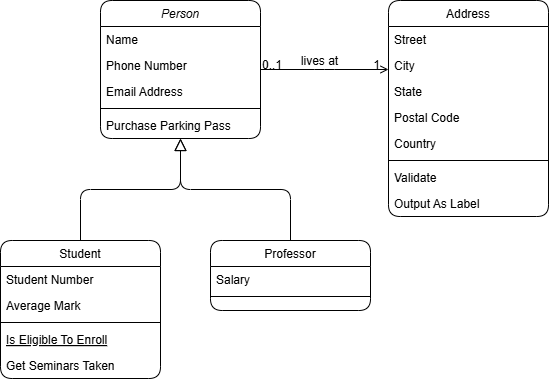
Earlier version of the draw.io export Trail.drawio.png (ravisankargv96/1.SpringWebApp). Source tidied: cells renumbered, new cells last; positions are measured from the earlier drawing's top-left corner, leaving out a move shared by most shapes.
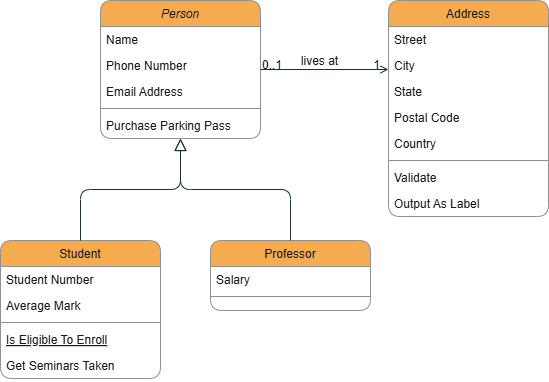
The same diagram one commit later.

Diff of the diagram source:
```diff
@@ -2,100 +2,100 @@
   <root>
     <mxCell id="0" />
     <mxCell id="1" parent="0" />
-    <mxCell id="2" value="Person" style="swimlane;fontStyle=2;align=center;verticalAlign=top;horizontal=1;startSize=26;rounded=1;shadow=0;strokeWidth=1;labelBackgroundColor=none;" parent="1" vertex="1">
+    <mxCell id="2" value="Person" style="swimlane;fontStyle=2;align=center;verticalAlign=top;horizontal=1;startSize=26;rounded=1;shadow=0;strokeWidth=1;labelBackgroundColor=none;fillColor=#F5AB50;strokeColor=#909090;fontColor=#1A1A1A;" parent="1" vertex="1">
       <mxGeometry x="100" width="160" height="138" as="geometry" />
     </mxCell>
-    <mxCell id="3" value="Name" style="text;align=left;verticalAlign=top;spacingLeft=4;spacingRight=4;overflow=hidden;labelBackgroundColor=none;rounded=1;" parent="2" vertex="1">
+    <mxCell id="3" value="Name" style="text;align=left;verticalAlign=top;spacingLeft=4;spacingRight=4;overflow=hidden;labelBackgroundColor=none;rounded=1;fontColor=#1A1A1A;" parent="2" vertex="1">
       <mxGeometry y="26" width="160" height="26" as="geometry" />
     </mxCell>
-    <mxCell id="4" value="Phone Number" style="text;align=left;verticalAlign=top;spacingLeft=4;spacingRight=4;overflow=hidden;rounded=1;shadow=0;html=0;labelBackgroundColor=none;" parent="2" vertex="1">
+    <mxCell id="4" value="Phone Number" style="text;align=left;verticalAlign=top;spacingLeft=4;spacingRight=4;overflow=hidden;rounded=1;shadow=0;html=0;labelBackgroundColor=none;fontColor=#1A1A1A;" parent="2" vertex="1">
       <mxGeometry y="52" width="160" height="26" as="geometry" />
     </mxCell>
-    <mxCell id="5" value="Email Address" style="text;align=left;verticalAlign=top;spacingLeft=4;spacingRight=4;overflow=hidden;rounded=1;shadow=0;html=0;labelBackgroundColor=none;" parent="2" vertex="1">
+    <mxCell id="5" value="Email Address" style="text;align=left;verticalAlign=top;spacingLeft=4;spacingRight=4;overflow=hidden;rounded=1;shadow=0;html=0;labelBackgroundColor=none;fontColor=#1A1A1A;" parent="2" vertex="1">
       <mxGeometry y="78" width="160" height="26" as="geometry" />
     </mxCell>
-    <mxCell id="6" style="line;html=1;strokeWidth=1;align=left;verticalAlign=middle;spacingTop=-1;spacingLeft=3;spacingRight=3;labelPosition=right;labelBackgroundColor=none;rounded=1;" parent="2" vertex="1">
+    <mxCell id="6" style="line;html=1;strokeWidth=1;align=left;verticalAlign=middle;spacingTop=-1;spacingLeft=3;spacingRight=3;labelPosition=right;labelBackgroundColor=none;rounded=1;fillColor=#F5AB50;strokeColor=#909090;fontColor=#1A1A1A;" parent="2" vertex="1">
       <mxGeometry y="104" width="160" height="8" as="geometry" />
     </mxCell>
-    <mxCell id="7" value="Purchase Parking Pass" style="text;align=left;verticalAlign=top;spacingLeft=4;spacingRight=4;overflow=hidden;labelBackgroundColor=none;rounded=1;" parent="2" vertex="1">
+    <mxCell id="7" value="Purchase Parking Pass" style="text;align=left;verticalAlign=top;spacingLeft=4;spacingRight=4;overflow=hidden;labelBackgroundColor=none;rounded=1;fontColor=#1A1A1A;" parent="2" vertex="1">
       <mxGeometry y="112" width="160" height="26" as="geometry" />
     </mxCell>
-    <mxCell id="8" value="Student" style="swimlane;fontStyle=0;align=center;verticalAlign=top;horizontal=1;startSize=26;rounded=1;shadow=0;strokeWidth=1;labelBackgroundColor=none;" parent="1" vertex="1">
+    <mxCell id="8" value="Student" style="swimlane;fontStyle=0;align=center;verticalAlign=top;horizontal=1;startSize=26;rounded=1;shadow=0;strokeWidth=1;labelBackgroundColor=none;fillColor=#F5AB50;strokeColor=#909090;fontColor=#1A1A1A;" parent="1" vertex="1">
       <mxGeometry y="240" width="160" height="138" as="geometry" />
     </mxCell>
-    <mxCell id="9" value="Student Number" style="text;align=left;verticalAlign=top;spacingLeft=4;spacingRight=4;overflow=hidden;labelBackgroundColor=none;rounded=1;" parent="8" vertex="1">
+    <mxCell id="9" value="Student Number" style="text;align=left;verticalAlign=top;spacingLeft=4;spacingRight=4;overflow=hidden;labelBackgroundColor=none;rounded=1;fontColor=#1A1A1A;" parent="8" vertex="1">
       <mxGeometry y="26" width="160" height="26" as="geometry" />
     </mxCell>
-    <mxCell id="10" value="Average Mark" style="text;align=left;verticalAlign=top;spacingLeft=4;spacingRight=4;overflow=hidden;rounded=1;shadow=0;html=0;labelBackgroundColor=none;" parent="8" vertex="1">
+    <mxCell id="10" value="Average Mark" style="text;align=left;verticalAlign=top;spacingLeft=4;spacingRight=4;overflow=hidden;rounded=1;shadow=0;html=0;labelBackgroundColor=none;fontColor=#1A1A1A;" parent="8" vertex="1">
       <mxGeometry y="52" width="160" height="26" as="geometry" />
     </mxCell>
-    <mxCell id="11" style="line;html=1;strokeWidth=1;align=left;verticalAlign=middle;spacingTop=-1;spacingLeft=3;spacingRight=3;labelPosition=right;labelBackgroundColor=none;rounded=1;" parent="8" vertex="1">
+    <mxCell id="11" style="line;html=1;strokeWidth=1;align=left;verticalAlign=middle;spacingTop=-1;spacingLeft=3;spacingRight=3;labelPosition=right;labelBackgroundColor=none;rounded=1;fillColor=#F5AB50;strokeColor=#909090;fontColor=#1A1A1A;" parent="8" vertex="1">
       <mxGeometry y="78" width="160" height="8" as="geometry" />
     </mxCell>
-    <mxCell id="12" value="Is Eligible To Enroll" style="text;align=left;verticalAlign=top;spacingLeft=4;spacingRight=4;overflow=hidden;fontStyle=4;labelBackgroundColor=none;rounded=1;" parent="8" vertex="1">
+    <mxCell id="12" value="Is Eligible To Enroll" style="text;align=left;verticalAlign=top;spacingLeft=4;spacingRight=4;overflow=hidden;fontStyle=4;labelBackgroundColor=none;rounded=1;fontColor=#1A1A1A;" parent="8" vertex="1">
       <mxGeometry y="86" width="160" height="26" as="geometry" />
     </mxCell>
-    <mxCell id="13" value="Get Seminars Taken" style="text;align=left;verticalAlign=top;spacingLeft=4;spacingRight=4;overflow=hidden;labelBackgroundColor=none;rounded=1;" parent="8" vertex="1">
+    <mxCell id="13" value="Get Seminars Taken" style="text;align=left;verticalAlign=top;spacingLeft=4;spacingRight=4;overflow=hidden;labelBackgroundColor=none;rounded=1;fontColor=#1A1A1A;" parent="8" vertex="1">
       <mxGeometry y="112" width="160" height="26" as="geometry" />
     </mxCell>
-    <mxCell id="14" style="endArrow=block;endSize=10;endFill=0;shadow=0;strokeWidth=1;rounded=1;curved=0;edgeStyle=elbowEdgeStyle;elbow=vertical;labelBackgroundColor=none;fontColor=default;" parent="1" edge="1" source="8" target="2">
+    <mxCell id="14" style="endArrow=block;endSize=10;endFill=0;shadow=0;strokeWidth=1;rounded=1;curved=0;edgeStyle=elbowEdgeStyle;elbow=vertical;labelBackgroundColor=none;fontColor=default;strokeColor=#182E3E;" parent="1" edge="1" source="8" target="2">
       <mxGeometry relative="1" as="geometry" />
     </mxCell>
-    <mxCell id="15" value="Professor" style="swimlane;fontStyle=0;align=center;verticalAlign=top;horizontal=1;startSize=26;rounded=1;shadow=0;strokeWidth=1;labelBackgroundColor=none;" parent="1" vertex="1">
+    <mxCell id="15" value="Professor" style="swimlane;fontStyle=0;align=center;verticalAlign=top;horizontal=1;startSize=26;rounded=1;shadow=0;strokeWidth=1;labelBackgroundColor=none;fillColor=#F5AB50;strokeColor=#909090;fontColor=#1A1A1A;" parent="1" vertex="1">
       <mxGeometry x="210" y="240" width="160" height="70" as="geometry" />
     </mxCell>
-    <mxCell id="16" value="Salary" style="text;align=left;verticalAlign=top;spacingLeft=4;spacingRight=4;overflow=hidden;labelBackgroundColor=none;rounded=1;" parent="15" vertex="1">
+    <mxCell id="16" value="Salary" style="text;align=left;verticalAlign=top;spacingLeft=4;spacingRight=4;overflow=hidden;labelBackgroundColor=none;rounded=1;fontColor=#1A1A1A;" parent="15" vertex="1">
       <mxGeometry y="26" width="160" height="26" as="geometry" />
     </mxCell>
-    <mxCell id="17" style="line;html=1;strokeWidth=1;align=left;verticalAlign=middle;spacingTop=-1;spacingLeft=3;spacingRight=3;labelPosition=right;labelBackgroundColor=none;rounded=1;" parent="15" vertex="1">
+    <mxCell id="17" style="line;html=1;strokeWidth=1;align=left;verticalAlign=middle;spacingTop=-1;spacingLeft=3;spacingRight=3;labelPosition=right;labelBackgroundColor=none;rounded=1;fillColor=#F5AB50;strokeColor=#909090;fontColor=#1A1A1A;" parent="15" vertex="1">
       <mxGeometry y="52" width="160" height="8" as="geometry" />
     </mxCell>
-    <mxCell id="18" style="endArrow=block;endSize=10;endFill=0;shadow=0;strokeWidth=1;rounded=1;curved=0;edgeStyle=elbowEdgeStyle;elbow=vertical;labelBackgroundColor=none;fontColor=default;" parent="1" edge="1" source="15" target="2">
+    <mxCell id="18" style="endArrow=block;endSize=10;endFill=0;shadow=0;strokeWidth=1;rounded=1;curved=0;edgeStyle=elbowEdgeStyle;elbow=vertical;labelBackgroundColor=none;fontColor=default;strokeColor=#182E3E;" parent="1" edge="1" source="15" target="2">
       <mxGeometry relative="1" as="geometry" />
     </mxCell>
-    <mxCell id="19" value="Address" style="swimlane;fontStyle=0;align=center;verticalAlign=top;horizontal=1;startSize=26;rounded=1;shadow=0;strokeWidth=1;labelBackgroundColor=none;" parent="1" vertex="1">
+    <mxCell id="19" value="Address" style="swimlane;fontStyle=0;align=center;verticalAlign=top;horizontal=1;startSize=26;rounded=1;shadow=0;strokeWidth=1;labelBackgroundColor=none;fillColor=#F5AB50;strokeColor=#909090;fontColor=#1A1A1A;" parent="1" vertex="1">
       <mxGeometry x="388" width="160" height="216" as="geometry" />
     </mxCell>
-    <mxCell id="20" value="Street" style="text;align=left;verticalAlign=top;spacingLeft=4;spacingRight=4;overflow=hidden;labelBackgroundColor=none;rounded=1;" parent="19" vertex="1">
+    <mxCell id="20" value="Street" style="text;align=left;verticalAlign=top;spacingLeft=4;spacingRight=4;overflow=hidden;labelBackgroundColor=none;rounded=1;fontColor=#1A1A1A;" parent="19" vertex="1">
       <mxGeometry y="26" width="160" height="26" as="geometry" />
     </mxCell>
-    <mxCell id="21" value="City" style="text;align=left;verticalAlign=top;spacingLeft=4;spacingRight=4;overflow=hidden;rounded=1;shadow=0;html=0;labelBackgroundColor=none;" parent="19" vertex="1">
+    <mxCell id="21" value="City" style="text;align=left;verticalAlign=top;spacingLeft=4;spacingRight=4;overflow=hidden;rounded=1;shadow=0;html=0;labelBackgroundColor=none;fontColor=#1A1A1A;" parent="19" vertex="1">
       <mxGeometry y="52" width="160" height="26" as="geometry" />
     </mxCell>
-    <mxCell id="22" value="State" style="text;align=left;verticalAlign=top;spacingLeft=4;spacingRight=4;overflow=hidden;rounded=1;shadow=0;html=0;labelBackgroundColor=none;" parent="19" vertex="1">
+    <mxCell id="22" value="State" style="text;align=left;verticalAlign=top;spacingLeft=4;spacingRight=4;overflow=hidden;rounded=1;shadow=0;html=0;labelBackgroundColor=none;fontColor=#1A1A1A;" parent="19" vertex="1">
       <mxGeometry y="78" width="160" height="26" as="geometry" />
     </mxCell>
-    <mxCell id="23" value="Postal Code" style="text;align=left;verticalAlign=top;spacingLeft=4;spacingRight=4;overflow=hidden;rounded=1;shadow=0;html=0;labelBackgroundColor=none;" parent="19" vertex="1">
+    <mxCell id="23" value="Postal Code" style="text;align=left;verticalAlign=top;spacingLeft=4;spacingRight=4;overflow=hidden;rounded=1;shadow=0;html=0;labelBackgroundColor=none;fontColor=#1A1A1A;" parent="19" vertex="1">
       <mxGeometry y="104" width="160" height="26" as="geometry" />
     </mxCell>
-    <mxCell id="24" value="Country" style="text;align=left;verticalAlign=top;spacingLeft=4;spacingRight=4;overflow=hidden;rounded=1;shadow=0;html=0;labelBackgroundColor=none;" parent="19" vertex="1">
+    <mxCell id="24" value="Country" style="text;align=left;verticalAlign=top;spacingLeft=4;spacingRight=4;overflow=hidden;rounded=1;shadow=0;html=0;labelBackgroundColor=none;fontColor=#1A1A1A;" parent="19" vertex="1">
       <mxGeometry y="130" width="160" height="26" as="geometry" />
     </mxCell>
-    <mxCell id="25" style="line;html=1;strokeWidth=1;align=left;verticalAlign=middle;spacingTop=-1;spacingLeft=3;spacingRight=3;labelPosition=right;labelBackgroundColor=none;rounded=1;" parent="19" vertex="1">
+    <mxCell id="25" style="line;html=1;strokeWidth=1;align=left;verticalAlign=middle;spacingTop=-1;spacingLeft=3;spacingRight=3;labelPosition=right;labelBackgroundColor=none;rounded=1;fillColor=#F5AB50;strokeColor=#909090;fontColor=#1A1A1A;" parent="19" vertex="1">
       <mxGeometry y="156" width="160" height="8" as="geometry" />
     </mxCell>
-    <mxCell id="26" value="Validate" style="text;align=left;verticalAlign=top;spacingLeft=4;spacingRight=4;overflow=hidden;labelBackgroundColor=none;rounded=1;" parent="19" vertex="1">
+    <mxCell id="26" value="Validate" style="text;align=left;verticalAlign=top;spacingLeft=4;spacingRight=4;overflow=hidden;labelBackgroundColor=none;rounded=1;fontColor=#1A1A1A;" parent="19" vertex="1">
       <mxGeometry y="164" width="160" height="26" as="geometry" />
     </mxCell>
-    <mxCell id="27" value="Output As Label" style="text;align=left;verticalAlign=top;spacingLeft=4;spacingRight=4;overflow=hidden;labelBackgroundColor=none;rounded=1;" parent="19" vertex="1">
+    <mxCell id="27" value="Output As Label" style="text;align=left;verticalAlign=top;spacingLeft=4;spacingRight=4;overflow=hidden;labelBackgroundColor=none;rounded=1;fontColor=#1A1A1A;" parent="19" vertex="1">
       <mxGeometry y="190" width="160" height="26" as="geometry" />
     </mxCell>
-    <mxCell id="28" style="endArrow=open;shadow=0;strokeWidth=1;rounded=1;curved=0;endFill=1;edgeStyle=elbowEdgeStyle;elbow=vertical;labelBackgroundColor=none;fontColor=default;" parent="1" edge="1" source="2" target="19">
+    <mxCell id="28" style="endArrow=open;shadow=0;strokeWidth=1;rounded=1;curved=0;endFill=1;edgeStyle=elbowEdgeStyle;elbow=vertical;labelBackgroundColor=none;fontColor=default;strokeColor=#182E3E;" parent="1" edge="1" source="2" target="19">
       <mxGeometry x="0.5" y="41" relative="1" as="geometry">
         <mxPoint x="-40" y="32" as="offset" />
       </mxGeometry>
     </mxCell>
-    <mxCell id="29" value="0..1" style="align=left;verticalAlign=bottom;labelBackgroundColor=none;fontSize=12;rounded=1;" parent="28" vertex="1">
+    <mxCell id="29" value="0..1" style="align=left;verticalAlign=bottom;labelBackgroundColor=none;fontSize=12;rounded=1;fillColor=#F5AB50;strokeColor=#909090;fontColor=#1A1A1A;" parent="28" vertex="1">
       <mxGeometry x="-1" relative="1" as="geometry">
         <mxPoint y="4" as="offset" />
       </mxGeometry>
     </mxCell>
-    <mxCell id="30" value="1" style="align=right;verticalAlign=bottom;labelBackgroundColor=none;fontSize=12;rounded=1;" parent="28" vertex="1">
+    <mxCell id="30" value="1" style="align=right;verticalAlign=bottom;labelBackgroundColor=none;fontSize=12;rounded=1;fillColor=#F5AB50;strokeColor=#909090;fontColor=#1A1A1A;" parent="28" vertex="1">
       <mxGeometry x="1" relative="1" as="geometry">
         <mxPoint x="-7" y="4" as="offset" />
       </mxGeometry>
     </mxCell>
-    <mxCell id="31" value="lives at" style="text;html=1;align=center;verticalAlign=middle;labelBackgroundColor=none;rounded=1;shadow=0;strokeWidth=1;fontSize=12;" parent="28" vertex="1">
+    <mxCell id="31" value="lives at" style="text;html=1;align=center;verticalAlign=middle;labelBackgroundColor=none;rounded=1;shadow=0;strokeWidth=1;fontSize=12;fontColor=#1A1A1A;" parent="28" vertex="1">
       <mxGeometry x="0.5" y="49" relative="1" as="geometry">
         <mxPoint x="-38" y="40" as="offset" />
       </mxGeometry>
```
